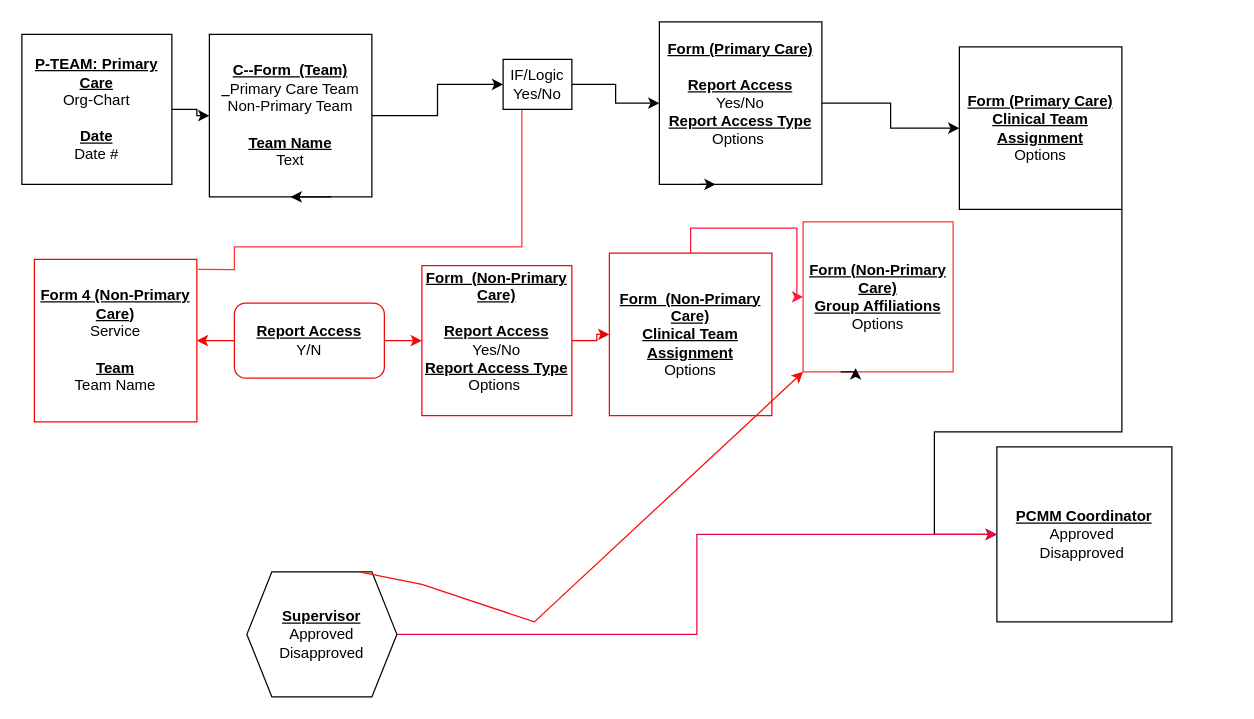
This is Copy of PCMM Basic LEAF DRAFT.drawio from Edward-Bailey1/PCMM, a draw.io file, before an edit. Source tidied: cells renumbered, new cells numbered last; positions are measured from the earlier drawing's top-left corner, leaving out a move shared by most shapes. Both pictures are drawn from the tidied source at 125%, with x=0, y=0 at pixel (21, 21).
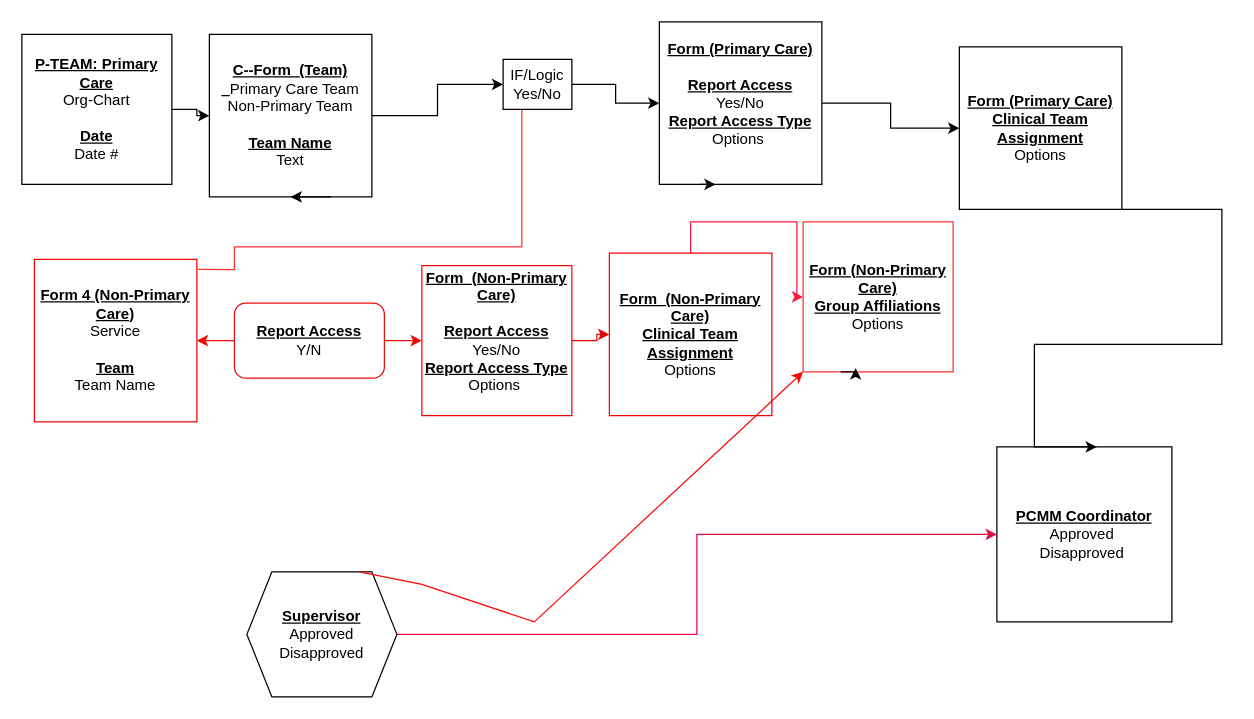
The same diagram, later.

Unchanged cells that the change refers to:
```xml
<mxCell id="10" value="&lt;b style=&quot;text-decoration-line: underline;&quot;&gt;PCMM Coordinator&lt;/b&gt;&lt;br&gt;Approved&amp;nbsp;&lt;br&gt;Disapproved&amp;nbsp;" style="whiteSpace=wrap;html=1;" parent="1" vertex="1">
  <mxGeometry x="780" y="340" width="140" height="140" as="geometry" />
</mxCell>
<mxCell id="19" value="&lt;b style=&quot;text-decoration-line: underline;&quot;&gt;Form (Primary Care)&lt;/b&gt;&lt;br&gt;&lt;b&gt;&lt;u&gt;Clinical Team Assignment&lt;/u&gt;&lt;/b&gt;&lt;br&gt;Options" style="whiteSpace=wrap;html=1;" parent="1" vertex="1">
  <mxGeometry x="750" y="20" width="130" height="130" as="geometry" />
</mxCell>
<mxCell id="23" value="&lt;b style=&quot;text-decoration-line: underline;&quot;&gt;Form&amp;nbsp; (Non-Primary Care)&lt;/b&gt;&lt;br&gt;&lt;b&gt;&lt;u&gt;Clinical Team Assignment&lt;/u&gt;&lt;/b&gt;&lt;br&gt;Options" style="whiteSpace=wrap;html=1;strokeColor=#f50505;" parent="1" vertex="1">
  <mxGeometry x="470" y="185" width="130" height="130" as="geometry" />
</mxCell>
<mxCell id="24" value="&lt;b style=&quot;text-decoration-line: underline;&quot;&gt;Form (Non-Primary Care)&lt;/b&gt;&lt;br&gt;&lt;u style=&quot;&quot;&gt;&lt;b&gt;Group Affiliations&lt;/b&gt;&lt;br&gt;&lt;/u&gt;Options" style="whiteSpace=wrap;html=1;strokeColor=#FF3333;" parent="1" vertex="1">
  <mxGeometry x="625" y="160" width="120" height="120" as="geometry" />
</mxCell>
```

The edit, as a diff of the source:
```diff
@@
-    <mxCell id="18" style="edgeStyle=orthogonalEdgeStyle;rounded=0;jettySize=auto;html=1;exitX=1;exitY=1;exitDx=0;exitDy=0;" parent="1" edge="1" source="19" target="10">
+    <mxCell id="18" style="edgeStyle=orthogonalEdgeStyle;rounded=0;jettySize=auto;html=1;exitX=0.846;exitY=1;exitDx=0;exitDy=0;exitPerimeter=0;" parent="1" edge="1" source="19">
       <mxGeometry relative="1" as="geometry">
+        <mxPoint x="860" y="340" as="targetPoint" />
         <Array as="points">
-          <mxPoint x="750" y="328" />
-          <mxPoint x="730" y="328" />
-          <mxPoint x="730" y="490" />
+          <mxPoint x="960" y="150" />
+          <mxPoint x="960" y="258" />
+          <mxPoint x="810" y="258" />
+          <mxPoint x="810" y="340" />
         </Array>
       </mxGeometry>
     </mxCell>
@@
     <mxCell id="22" style="edgeStyle=orthogonalEdgeStyle;rounded=0;jettySize=auto;html=1;strokeColor=#FF1940;" parent="1" edge="1" source="23" target="24">
       <mxGeometry relative="1" as="geometry">
         <Array as="points">
-          <mxPoint x="535" y="165" />
-          <mxPoint x="620" y="165" />
+          <mxPoint x="535" y="160" />
+          <mxPoint x="620" y="160" />
+          <mxPoint x="620" y="220" />
         </Array>
       </mxGeometry>
     </mxCell>
```
